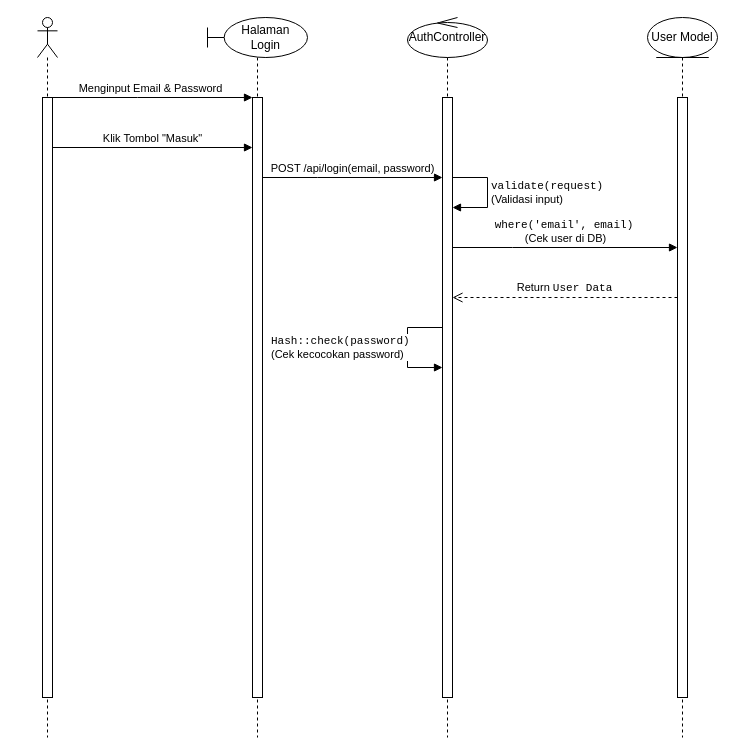
Earlier version of the draw.io diagram Diagram Tanpa Judul.drawio (UlulAzmiALatala/moodly-app). Source tidied: cells renumbered, new cells numbered last; positions are measured from the earlier drawing's top-left corner, leaving out a move shared by most shapes. Both pictures are drawn from the tidied source at 100%, with x=0, y=0 at pixel (37, 17).
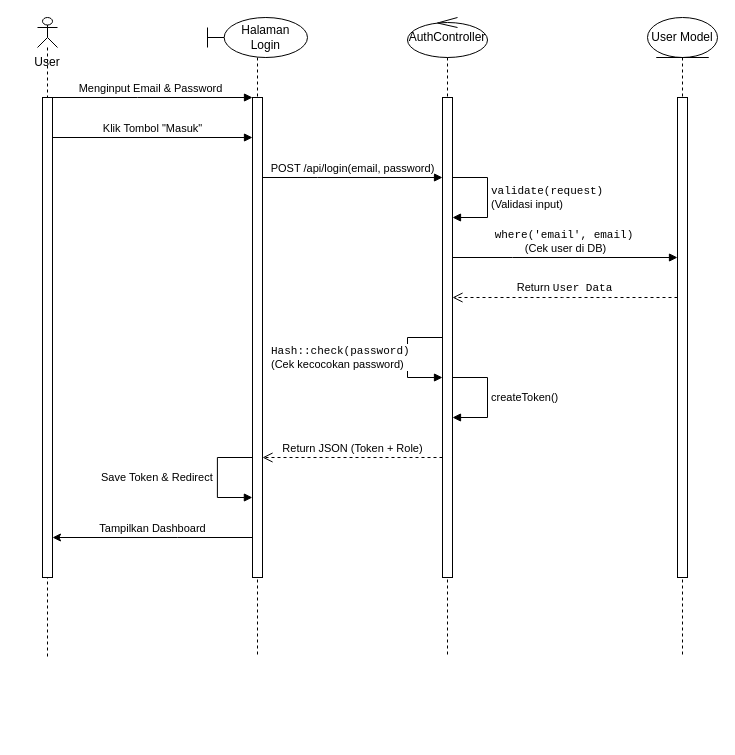
After the change.

Change to the diagram source:
```diff
@@
-    <mxCell id="4" style="shape=umlLifeline;perimeter=lifelinePerimeter;whiteSpace=wrap;html=1;outlineConnect=0;portConstraint=eastwest;newEdgeStyle={&quot;curved&quot;:0,&quot;rounded&quot;:0};participant=umlActor;" parent="1" vertex="1">
-      <mxGeometry width="20" height="720" as="geometry" />
+    <mxCell id="4" style="shape=umlLifeline;perimeter=lifelinePerimeter;whiteSpace=wrap;html=1;outlineConnect=0;portConstraint=eastwest;newEdgeStyle={&quot;curved&quot;:0,&quot;rounded&quot;:0};participant=umlActor;size=30;" parent="1" vertex="1">
+      <mxGeometry width="20" height="640" as="geometry" />
     </mxCell>
     <mxCell id="5" style="html=1;perimeter=orthogonalPerimeter;targetShapes=umlLifeline;newEdgeStyle={&quot;edgeStyle&quot;:&quot;elbowEdgeStyle&quot;,&quot;elbow&quot;:&quot;vertical&quot;,&quot;curved&quot;:0,&quot;rounded&quot;:0};" parent="4" vertex="1">
-      <mxGeometry x="5" y="80" width="10" height="600" as="geometry" />
+      <mxGeometry x="5" y="80" width="10" height="480" as="geometry" />
     </mxCell>
     <mxCell id="6" value="&amp;nbsp; &amp;nbsp; &amp;nbsp;Halaman&lt;div&gt;&lt;span style=&quot;background-color: transparent; color: light-dark(rgb(0, 0, 0), rgb(255, 255, 255));&quot;&gt;&amp;nbsp; &amp;nbsp; &amp;nbsp;Login&lt;/span&gt;&lt;/div&gt;" style="shape=umlLifeline;perimeter=lifelinePerimeter;whiteSpace=wrap;html=1;newEdgeStyle={&quot;curved&quot;:0,&quot;rounded&quot;:0};participant=umlBoundary;" parent="1" vertex="1">
-      <mxGeometry x="170" width="100" height="720" as="geometry" />
+      <mxGeometry x="170" width="100" height="640" as="geometry" />
     </mxCell>
     <mxCell id="7" style="html=1;points=[];perimeter=orthogonalPerimeter;outlineConnect=0;targetShapes=umlLifeline;portConstraint=eastwest;newEdgeStyle={&quot;edgeStyle&quot;:&quot;elbowEdgeStyle&quot;,&quot;elbow&quot;:&quot;vertical&quot;,&quot;curved&quot;:0,&quot;rounded&quot;:0};" parent="6" vertex="1">
-      <mxGeometry x="45" y="80" width="10" height="600" as="geometry" />
+      <mxGeometry x="45" y="80" width="10" height="480" as="geometry" />
     </mxCell>
     <mxCell id="8" value="AuthController" style="shape=umlLifeline;perimeter=lifelinePerimeter;whiteSpace=wrap;html=1;newEdgeStyle={&quot;curved&quot;:0,&quot;rounded&quot;:0};participant=umlControl;" parent="1" vertex="1">
-      <mxGeometry x="370" width="80" height="720" as="geometry" />
+      <mxGeometry x="370" width="80" height="640" as="geometry" />
     </mxCell>
     <mxCell id="9" style="html=1;points=[];perimeter=orthogonalPerimeter;outlineConnect=0;targetShapes=umlLifeline;portConstraint=eastwest;newEdgeStyle={&quot;edgeStyle&quot;:&quot;elbowEdgeStyle&quot;,&quot;elbow&quot;:&quot;vertical&quot;,&quot;curved&quot;:0,&quot;rounded&quot;:0};" parent="8" vertex="1">
-      <mxGeometry x="35" y="80" width="10" height="600" as="geometry" />
+      <mxGeometry x="35" y="80" width="10" height="480" as="geometry" />
     </mxCell>
     <mxCell id="10" value="&lt;code&gt;validate(request)&lt;/code&gt;&amp;nbsp;&lt;div&gt;(Validasi input)&lt;/div&gt;" style="html=1;align=left;spacingLeft=2;endArrow=block;rounded=0;edgeStyle=orthogonalEdgeStyle;curved=0;rounded=0;" parent="8" edge="1" source="9" target="9">
       <mxGeometry relative="1" as="geometry">
         <Array as="points">
           <mxPoint x="80" y="160" />
-          <mxPoint x="80" y="190" />
+          <mxPoint x="80" y="200" />
         </Array>
       </mxGeometry>
     </mxCell>
     <mxCell id="11" value="&lt;code&gt;Hash::check(password)&lt;/code&gt;&amp;nbsp;&lt;div&gt;(Cek kecocokan password)&lt;/div&gt;" style="html=1;align=left;spacingLeft=2;endArrow=block;rounded=0;edgeStyle=orthogonalEdgeStyle;curved=0;rounded=0;" parent="8" edge="1" source="9" target="9">
       <mxGeometry y="-140" relative="1" as="geometry">
         <Array as="points">
-          <mxPoint y="310" />
-          <mxPoint y="350" />
+          <mxPoint y="320" />
+          <mxPoint y="360" />
         </Array>
       </mxGeometry>
     </mxCell>
     <mxCell id="12" value="User Model" style="shape=umlLifeline;perimeter=lifelinePerimeter;whiteSpace=wrap;html=1;newEdgeStyle={&quot;curved&quot;:0,&quot;rounded&quot;:0};participant=umlEntity;" parent="1" vertex="1">
-      <mxGeometry x="610" width="70" height="720" as="geometry" />
+      <mxGeometry x="610" width="70" height="640" as="geometry" />
     </mxCell>
     <mxCell id="13" style="html=1;points=[];perimeter=orthogonalPerimeter;outlineConnect=0;targetShapes=umlLifeline;portConstraint=eastwest;newEdgeStyle={&quot;edgeStyle&quot;:&quot;elbowEdgeStyle&quot;,&quot;elbow&quot;:&quot;vertical&quot;,&quot;curved&quot;:0,&quot;rounded&quot;:0};" parent="12" vertex="1">
-      <mxGeometry x="30" y="80" width="10" height="600" as="geometry" />
+      <mxGeometry x="30" y="80" width="10" height="480" as="geometry" />
     </mxCell>
-    <mxCell id="14" value="Klik Tombol &quot;Masuk&quot;" style="html=1;verticalAlign=bottom;endArrow=block;curved=0;rounded=0;" parent="1" edge="1" target="7">
+    <mxCell id="14" value="Klik Tombol &quot;Masuk&quot;" style="html=1;verticalAlign=bottom;endArrow=block;curved=0;rounded=0;" parent="1" edge="1">
       <mxGeometry relative="1" as="geometry">
-        <mxPoint x="15" y="130" as="sourcePoint" />
+        <mxPoint x="15" y="120" as="sourcePoint" />
+        <mxPoint x="215" y="120" as="targetPoint" />
       </mxGeometry>
     </mxCell>
@@
-    <mxCell id="16" value="&lt;code&gt;where('email', email)&lt;/code&gt;&amp;nbsp;&lt;div&gt;(Cek user di DB)&lt;/div&gt;" style="html=1;verticalAlign=bottom;endArrow=block;curved=0;rounded=0;" parent="1" edge="1" source="9" target="13">
+    <mxCell id="16" value="&lt;code&gt;where('email', email)&lt;/code&gt;&amp;nbsp;&lt;div&gt;(Cek user di DB)&lt;/div&gt;" style="html=1;verticalAlign=bottom;endArrow=block;curved=0;rounded=0;" parent="1" edge="1">
       <mxGeometry relative="1" as="geometry">
+        <mxPoint x="415" y="240" as="sourcePoint" />
+        <mxPoint x="640" y="240" as="targetPoint" />
         <Array as="points">
-          <mxPoint x="475" y="230" />
+          <mxPoint x="475" y="240" />
         </Array>
       </mxGeometry>
     </mxCell>
+    <mxCell id="17" value="createToken()" style="html=1;align=left;spacingLeft=2;endArrow=block;rounded=0;edgeStyle=orthogonalEdgeStyle;curved=0;rounded=0;" parent="1" edge="1">
+      <mxGeometry relative="1" as="geometry">
+        <mxPoint x="415" y="360" as="sourcePoint" />
+        <mxPoint x="415" y="400" as="targetPoint" />
+        <Array as="points">
+          <mxPoint x="450" y="360" />
+          <mxPoint x="450" y="400" />
+        </Array>
+      </mxGeometry>
+    </mxCell>
+    <mxCell id="18" value="Return JSON (Token + Role)" style="html=1;verticalAlign=bottom;endArrow=open;dashed=1;endSize=8;edgeStyle=elbowEdgeStyle;elbow=vertical;curved=0;rounded=0;" parent="1" edge="1" source="9" target="7">
+      <mxGeometry relative="1" as="geometry">
+        <Array as="points">
+          <mxPoint x="290" y="440" />
+        </Array>
+      </mxGeometry>
+    </mxCell>
+    <mxCell id="19" value="Save Token &amp;amp; Redirect" style="html=1;align=left;spacingLeft=2;endArrow=block;rounded=0;edgeStyle=orthogonalEdgeStyle;curved=0;rounded=0;" parent="1" edge="1">
+      <mxGeometry y="-120" relative="1" as="geometry">
+        <mxPoint x="214.9" y="440" as="sourcePoint" />
+        <mxPoint x="214.9" y="480" as="targetPoint" />
+        <Array as="points">
+          <mxPoint x="179.9" y="440" />
+          <mxPoint x="179.9" y="480" />
+        </Array>
+      </mxGeometry>
+    </mxCell>
+    <mxCell id="20" value="Tampilkan Dashboard" style="html=1;verticalAlign=bottom;endArrow=none;curved=0;rounded=0;endFill=0;startArrow=classic;startFill=1;" parent="1" edge="1" target="7">
+      <mxGeometry relative="1" as="geometry">
+        <mxPoint x="15" y="520" as="sourcePoint" />
+        <Array as="points">
+          <mxPoint x="140" y="520" />
+        </Array>
+      </mxGeometry>
+    </mxCell>
+    <mxCell id="21" value="User" style="text;html=1;whiteSpace=wrap;strokeColor=none;fillColor=none;align=center;verticalAlign=middle;rounded=0;" parent="1" vertex="1">
+      <mxGeometry x="-20" y="30" width="60" height="30" as="geometry" />
+    </mxCell>
```
